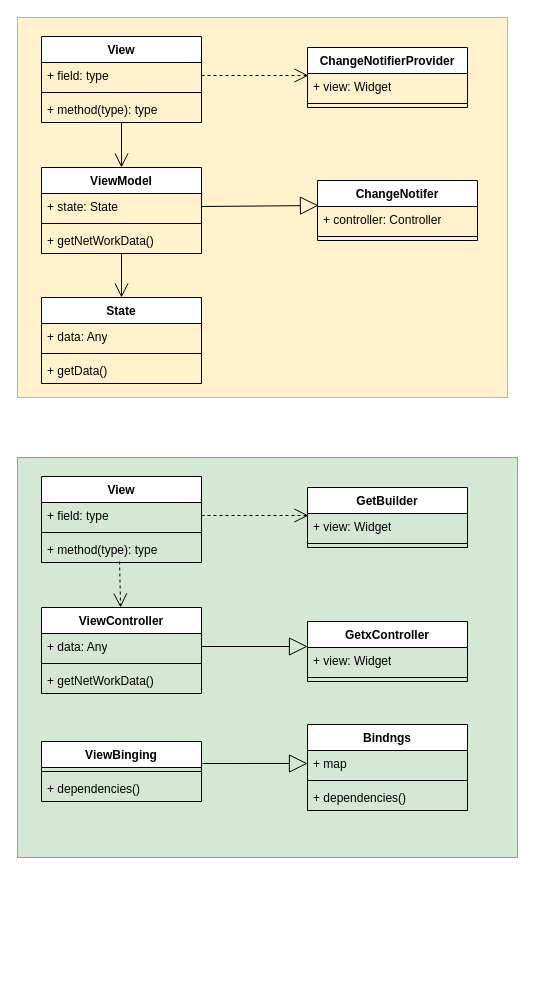
Earlier version of the draw.io diagram diagrams/1v1demo.drawio (paopaosecret/resources). Source tidied: cells renumbered, new cells numbered last; positions are measured from the earlier drawing's top-left corner, leaving out a move shared by most shapes. Both pictures are drawn from the tidied source at 100%, with x=0, y=0 at pixel (17, 17).
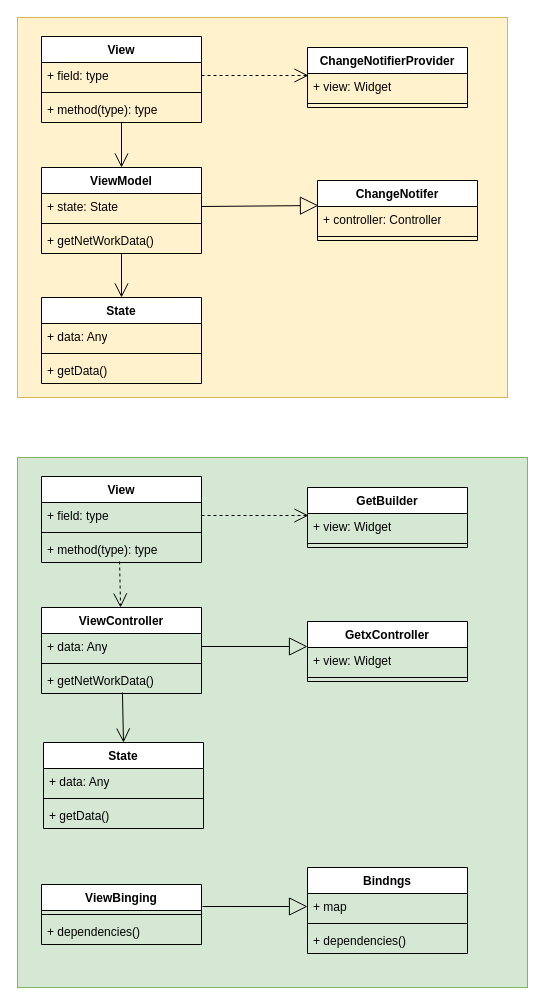
Above is the later version.

Unchanged cells that the change refers to:
```xml
<mxCell id="33" value="+ getNetWorkData()" style="text;strokeColor=none;fillColor=none;align=left;verticalAlign=top;spacingLeft=4;spacingRight=4;overflow=hidden;points=[[0,0.5],[1,0.5]];portConstraint=eastwest;whiteSpace=wrap;html=1;" parent="30" vertex="1">
  <mxGeometry y="60" width="160" height="26" as="geometry" />
</mxCell>
```

What changed in the source:
```diff
@@
     <mxCell id="25" style="rounded=0;whiteSpace=wrap;html=1;fillColor=#d5e8d4;strokeColor=#82b366;" parent="1" vertex="1">
-      <mxGeometry y="440" width="500" height="400" as="geometry" />
+      <mxGeometry y="440" width="510" height="530" as="geometry" />
     </mxCell>
@@
     <mxCell id="42" value="ViewBinging" style="swimlane;fontStyle=1;align=center;verticalAlign=top;horizontal=1;startSize=26;whiteSpace=wrap;html=1;" parent="1" vertex="1">
-      <mxGeometry x="24" y="724" width="160" height="60" as="geometry" />
+      <mxGeometry x="24" y="867" width="160" height="60" as="geometry" />
     </mxCell>
@@
     <mxCell id="45" value="Bindngs" style="swimlane;fontStyle=1;align=center;verticalAlign=top;horizontal=1;startSize=26;whiteSpace=wrap;html=1;" parent="1" vertex="1">
-      <mxGeometry x="290" y="707" width="160" height="86" as="geometry" />
+      <mxGeometry x="290" y="850" width="160" height="86" as="geometry" />
     </mxCell>
@@
+    <mxCell id="51" value="State" style="swimlane;fontStyle=1;align=center;verticalAlign=top;horizontal=1;startSize=26;whiteSpace=wrap;html=1;" parent="1" vertex="1">
+      <mxGeometry x="26" y="725" width="160" height="86" as="geometry" />
+    </mxCell>
+    <mxCell id="52" value="+ data: Any" style="text;strokeColor=none;fillColor=none;align=left;verticalAlign=top;spacingLeft=4;spacingRight=4;overflow=hidden;whiteSpace=wrap;html=1;" parent="51" vertex="1">
+      <mxGeometry y="26" width="160" height="26" as="geometry" />
+    </mxCell>
+    <mxCell id="53" style="line;strokeWidth=1;fillColor=none;align=left;verticalAlign=middle;spacingTop=-1;spacingLeft=3;spacingRight=3;labelPosition=right;strokeColor=inherit;" parent="51" vertex="1">
+      <mxGeometry y="52" width="160" height="8" as="geometry" />
+    </mxCell>
+    <mxCell id="54" value="+ getData()" style="text;strokeColor=none;fillColor=none;align=left;verticalAlign=top;spacingLeft=4;spacingRight=4;overflow=hidden;whiteSpace=wrap;html=1;" parent="51" vertex="1">
+      <mxGeometry y="60" width="160" height="26" as="geometry" />
+    </mxCell>
+    <mxCell id="55" style="endArrow=open;endFill=1;endSize=12;html=1;rounded=0;entryX=0.5;entryY=0;entryDx=0;entryDy=0;exitX=0.506;exitY=0.962;exitDx=0;exitDy=0;exitPerimeter=0;" parent="1" edge="1" source="33" target="51">
+      <mxGeometry relative="1" as="geometry" />
+    </mxCell>
```
